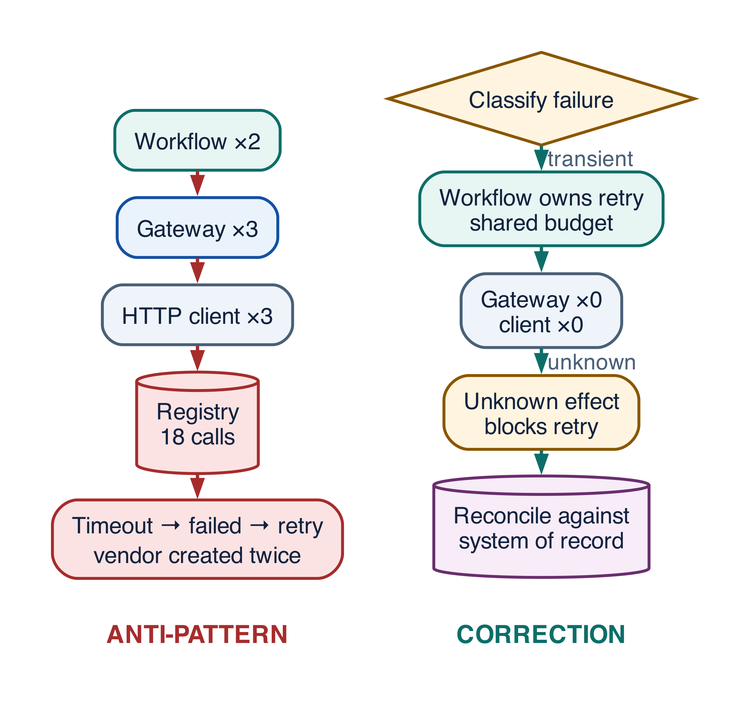
Before: assets/diagrams/anti-retry-storm.png, a diagram exported from Graphviz (rrahimi-uci/building-enterprise-general-intelligence). Its source is kept beside it as assets/diagrams/src/anti-retry-storm.gv.
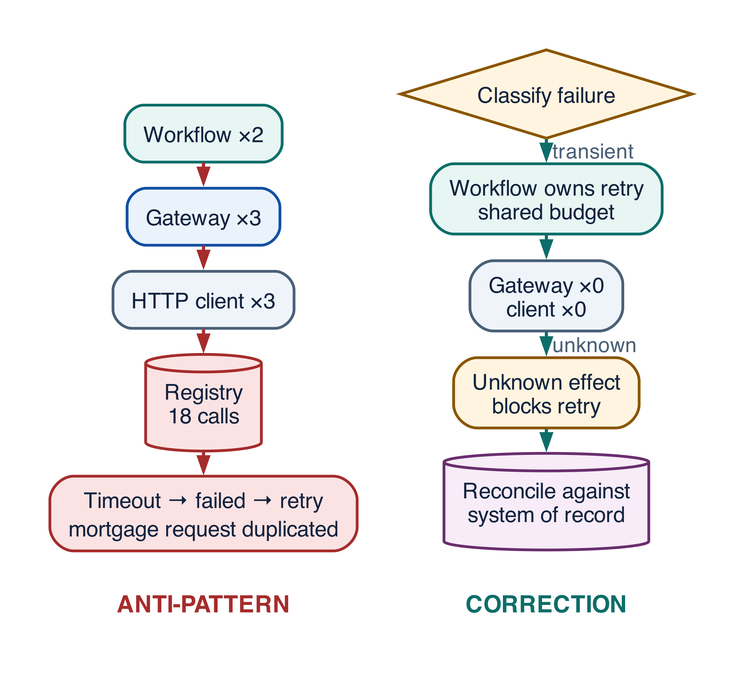
After the change.

Change to the diagram source:
```diff
@@ -14,7 +14,7 @@
   b2 [label="Gateway ×3", shape=box, style="filled,rounded", fillcolor="#EAF3FB", color="#1450A3"]
   b3 [label="HTTP client ×3", shape=box, style="filled,rounded", fillcolor="#EEF4FA", color="#4A6078"]
   b4 [label="Registry\n18 calls", shape=cylinder, style=filled, fillcolor="#FBE3E3", color="#A62C2C"]
-  b5 [label="Timeout → failed → retry\nvendor created twice", shape=box, style="filled,rounded", fillcolor="#FBE3E3", color="#A62C2C"]
+  b5 [label="Timeout → failed → retry\nmortgage request duplicated", shape=box, style="filled,rounded", fillcolor="#FBE3E3", color="#A62C2C"]
   g1 [label="Classify failure", shape=diamond, style=filled, fillcolor="#FFF4DF", color="#8A5600", height=0.62]
   g2 [label="Workflow owns retry\nshared budget", shape=box, style="filled,rounded", fillcolor="#E7F5F3", color="#0D6E69"]
   g3 [label="Gateway ×0\nclient ×0", shape=box, style="filled,rounded", fillcolor="#EEF4FA", color="#4A6078"]
```
